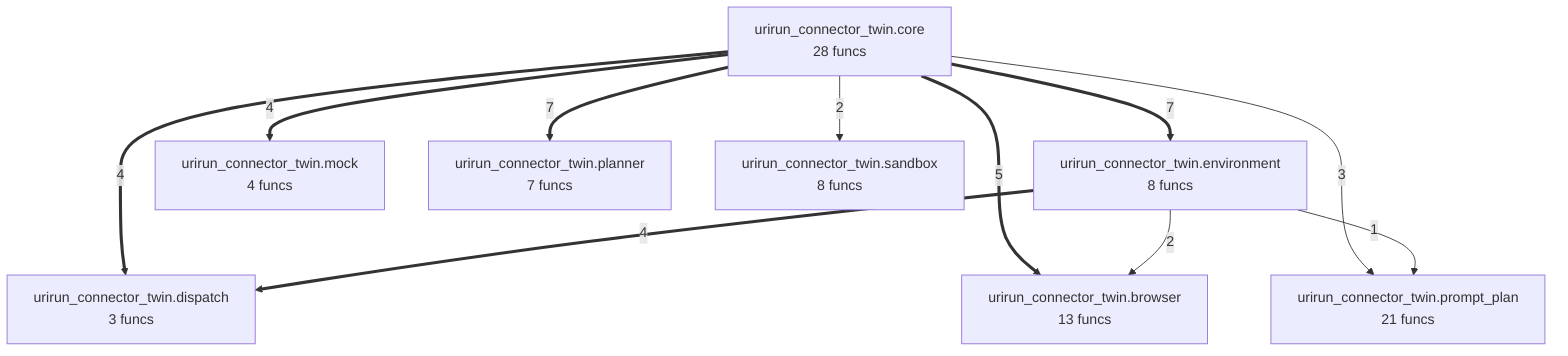
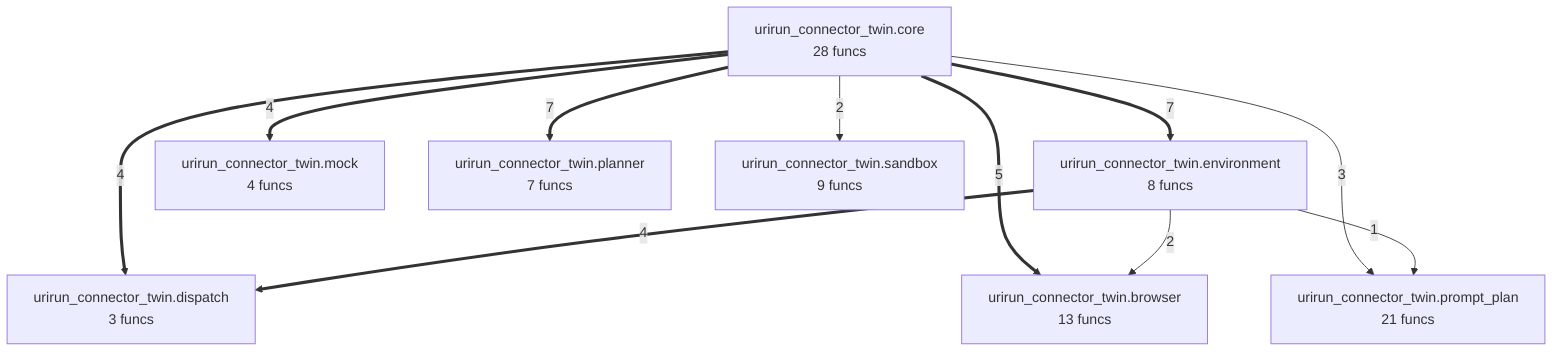
flowchart TD
%% generated in 0.00s
    urirun_connector_twin__browser["urirun_connector_twin.browser<br/>13 funcs"]
    urirun_connector_twin__core["urirun_connector_twin.core<br/>28 funcs"]
    urirun_connector_twin__dispatch["urirun_connector_twin.dispatch<br/>3 funcs"]
    urirun_connector_twin__environment["urirun_connector_twin.environment<br/>8 funcs"]
    urirun_connector_twin__mock["urirun_connector_twin.mock<br/>4 funcs"]
    urirun_connector_twin__planner["urirun_connector_twin.planner<br/>7 funcs"]
    urirun_connector_twin__prompt_plan["urirun_connector_twin.prompt_plan<br/>21 funcs"]
-     urirun_connector_twin__sandbox["urirun_connector_twin.sandbox<br/>8 funcs"]
+     urirun_connector_twin__sandbox["urirun_connector_twin.sandbox<br/>9 funcs"]
    urirun_connector_twin__core ==>|7| urirun_connector_twin__environment
    urirun_connector_twin__core ==>|7| urirun_connector_twin__planner
    urirun_connector_twin__core ==>|5| urirun_connector_twin__browser
    urirun_connector_twin__core ==>|4| urirun_connector_twin__mock
    urirun_connector_twin__core ==>|4| urirun_connector_twin__dispatch
    urirun_connector_twin__environment ==>|4| urirun_connector_twin__dispatch
    urirun_connector_twin__core -->|3| urirun_connector_twin__prompt_plan
    urirun_connector_twin__core -->|2| urirun_connector_twin__sandbox
    urirun_connector_twin__environment -->|2| urirun_connector_twin__browser
    urirun_connector_twin__environment -->|1| urirun_connector_twin__prompt_plan
